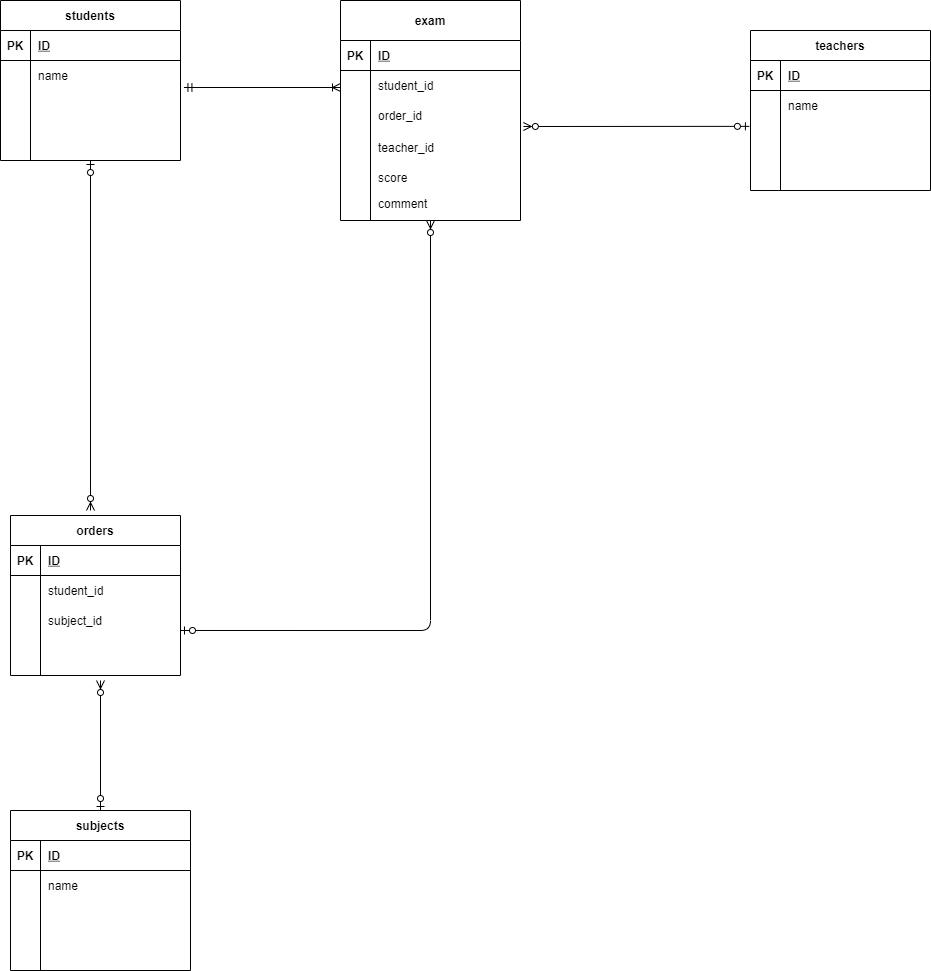
Above: test.drawio.png in KentaIzu/DB (draw.io), before the change. Source tidied: cells renumbered, new cells last; positions are measured from the earlier drawing's top-left corner, leaving out a move shared by most shapes.
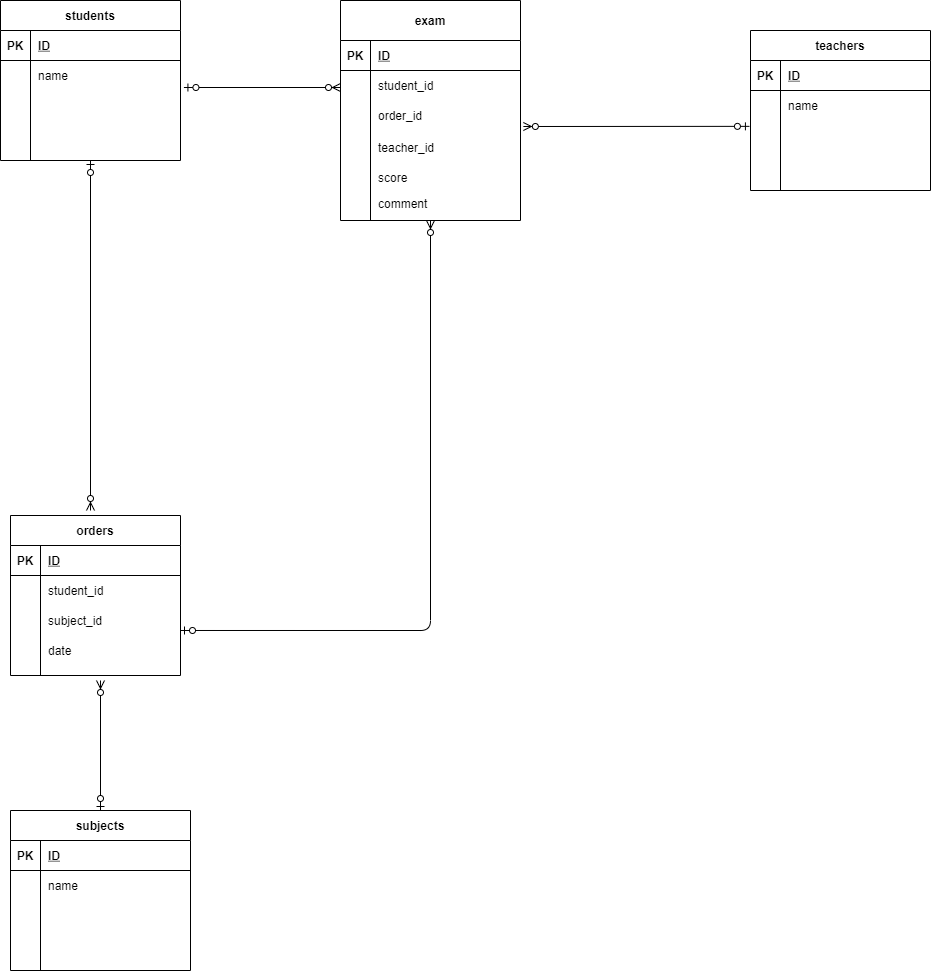
Later version of the same file.

Change to the diagram source:
```diff
@@ -116,7 +116,7 @@
     <mxCell id="39" style="shape=partialRectangle;fillColor=none;top=0;left=0;bottom=0;right=0;overflow=hidden;" parent="38" vertex="1">
       <mxGeometry width="30" height="30" as="geometry" />
     </mxCell>
-    <mxCell id="40" style="shape=partialRectangle;fillColor=none;top=0;left=0;bottom=0;right=0;align=left;spacingLeft=6;overflow=hidden;" parent="38" vertex="1">
+    <mxCell id="40" value="date" style="shape=partialRectangle;fillColor=none;top=0;left=0;bottom=0;right=0;align=left;spacingLeft=6;overflow=hidden;" parent="38" vertex="1">
       <mxGeometry x="30" width="140" height="30" as="geometry" />
     </mxCell>
     <mxCell id="41" style="fontSize=12;html=1;endArrow=ERzeroToMany;startArrow=ERzeroToOne;exitX=0.5;exitY=1;exitDx=0;exitDy=0;edgeStyle=orthogonalEdgeStyle;startFill=1;endFill=1;" parent="1" edge="1" source="2">
@@ -124,9 +124,9 @@
         <mxPoint x="90" y="510" as="targetPoint" />
       </mxGeometry>
     </mxCell>
-    <mxCell id="42" style="fontSize=12;html=1;endArrow=ERoneToMany;startArrow=ERmandOne;exitX=1.019;exitY=-0.1;exitDx=0;exitDy=0;exitPerimeter=0;" parent="1" edge="1" source="9">
+    <mxCell id="42" style="fontSize=12;html=1;endArrow=ERzeroToOne;startArrow=ERzeroToMany;exitX=1.019;exitY=-0.1;exitDx=0;exitDy=0;exitPerimeter=0;startFill=1;endFill=1;entryX=1.019;entryY=-0.1;entryDx=0;entryDy=0;entryPerimeter=0;" parent="1" edge="1" target="9">
       <mxGeometry relative="1" as="geometry">
-        <mxPoint x="340" y="87" as="targetPoint" />
+        <mxPoint x="340" y="87" as="sourcePoint" />
       </mxGeometry>
     </mxCell>
     <mxCell id="43" value="score" style="shape=partialRectangle;fillColor=none;top=0;left=0;bottom=0;right=0;align=left;spacingLeft=6;overflow=hidden;" parent="1" vertex="1">
```
